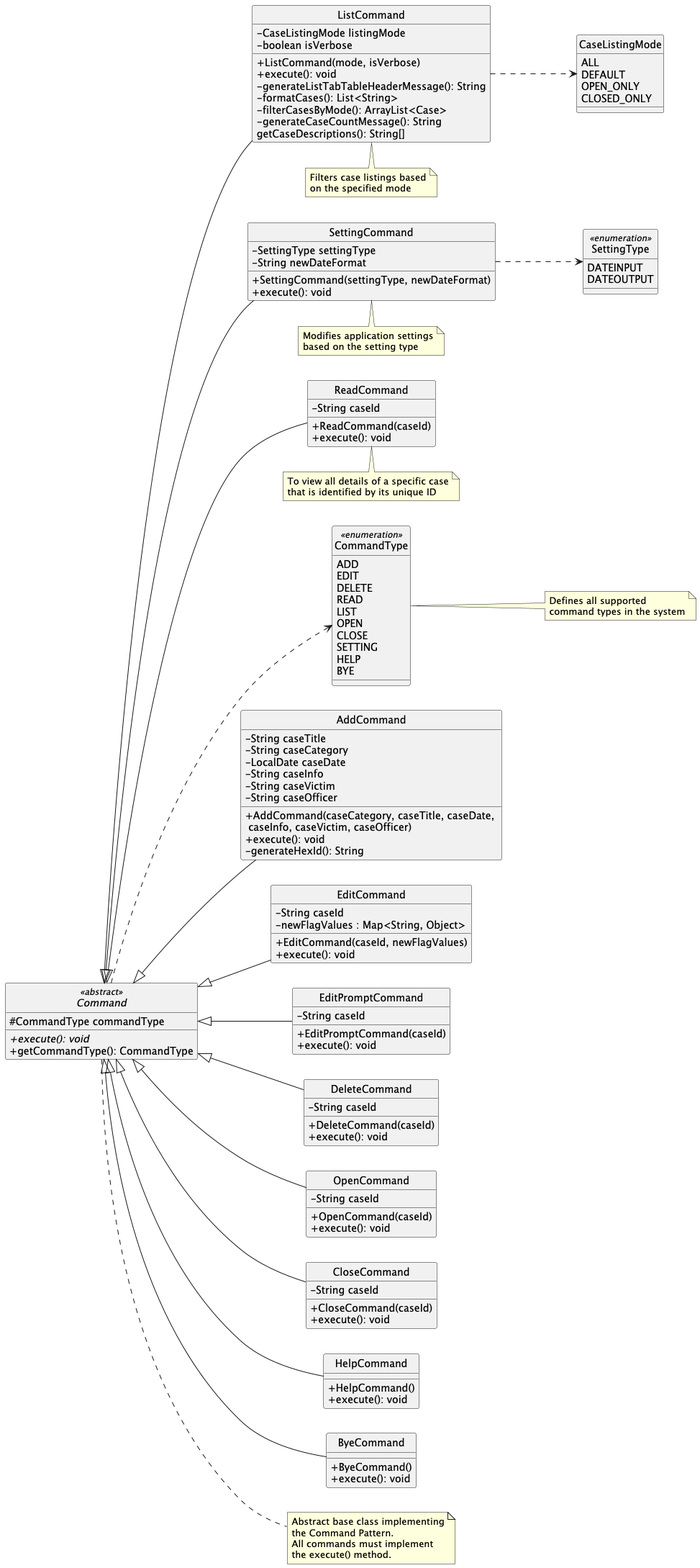
zhengjie2002/tp keeps this PlantUML diagram as docs/images/CommandClassDiagram.png. Above is the earlier version. The source it was exported from:
```plantuml
@startuml CommandClassDiagram
hide circle
skinparam classAttributeIconSize 0
scale max 1024 width
left to right direction

abstract class Command <<abstract>> {
    # CommandType commandType
    + {abstract} execute(): void
    + getCommandType(): CommandType
}

enum CommandType <<enumeration>> {
    ADD
    EDIT
    DELETE
    READ
    LIST
    OPEN
    CLOSE
    SETTING
    HELP
    BYE
}

enum SettingType <<enumeration>> {
    DATEINPUT
    DATEOUTPUT
}

enum CaseListingMode {
    ALL
    DEFAULT
    OPEN_ONLY
    CLOSED_ONLY
}

class AddCommand {

    - String caseTitle
    - String caseCategory
    - LocalDate caseDate
    - String caseInfo
    - String caseVictim
    - String caseOfficer
    + AddCommand(caseCategory, caseTitle, caseDate, \n caseInfo, caseVictim, caseOfficer)
    + execute(): void
    - generateHexId(): String
}

class EditCommand {
    - String caseId
    - newFlagValues : Map<String, Object>
    + EditCommand(caseId, newFlagValues)
    + execute(): void
}

class EditPromptCommand {
    - String caseId
    + EditPromptCommand(caseId)
    + execute(): void
}

class DeleteCommand {
    - String caseId
    + DeleteCommand(caseId)
    + execute(): void
}

class ReadCommand {
    - String caseId
    + ReadCommand(caseId)
    + execute(): void
}

class ListCommand {
    - CaseListingMode listingMode
    - boolean isVerbose
    + ListCommand(mode, isVerbose)
    + execute(): void
    - generateListTabTableHeaderMessage(): String
    - formatCases(): List<String>
    - filterCasesByMode(): ArrayList<Case>
    - generateCaseCountMessage(): String
    getCaseDescriptions(): String[]
}

class OpenCommand {
    - String caseId
    + OpenCommand(caseId)
    + execute(): void
}

class CloseCommand {
    - String caseId
    + CloseCommand(caseId)
    + execute(): void
}

class SettingCommand {
    - SettingType settingType
    - String newDateFormat
    + SettingCommand(settingType, newDateFormat)
    + execute(): void
}

class HelpCommand {
    + HelpCommand()
    + execute(): void
}

class ByeCommand {
    + ByeCommand()
    + execute(): void
}

Command <|-- AddCommand
Command <|-- EditCommand
Command <|-- EditPromptCommand
Command <|-- DeleteCommand
Command <|-- ReadCommand
Command <|-- ListCommand
Command <|-- OpenCommand
Command <|-- CloseCommand
Command <|-- SettingCommand
Command <|-- HelpCommand
Command <|-- ByeCommand

Command ..> CommandType
SettingCommand ..> SettingType
ListCommand ..> CaseListingMode

note right of Command
    Abstract base class implementing
    the Command Pattern.
    All commands must implement
    the execute() method.
end note

note right of CommandType
    Defines all supported
    command types in the system
end note

note bottom of ListCommand
    Filters case listings based
    on the specified mode
end note

note bottom of SettingCommand
    Modifies application settings
    based on the setting type
end note

note bottom of ReadCommand
    To view all details of a specific case
    that is identified by its unique ID
end note


@enduml
```
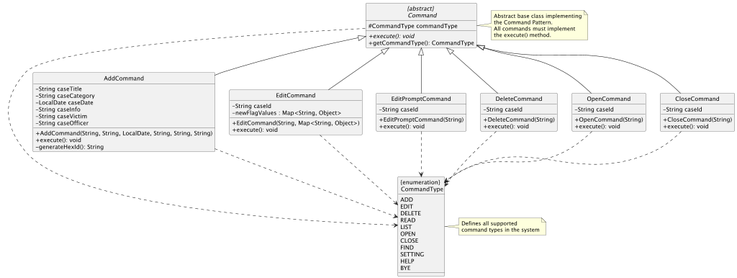
After the commit.

What changed in the source:
```diff
@@ -2,15 +2,14 @@
 hide circle
 skinparam classAttributeIconSize 0
 scale max 1024 width
-left to right direction
 
-abstract class Command <<abstract>> {
+abstract class "{abstract} \n Command" {
     # CommandType commandType
     + {abstract} execute(): void
     + getCommandType(): CommandType
 }
 
-enum CommandType <<enumeration>> {
+enum "{enumeration} \n CommandType"  {
     ADD
     EDIT
     DELETE
@@ -18,32 +17,21 @@
     LIST
     OPEN
     CLOSE
+    FIND
     SETTING
     HELP
     BYE
 }
 
-enum SettingType <<enumeration>> {
-    DATEINPUT
-    DATEOUTPUT
-}
-
-enum CaseListingMode {
-    ALL
-    DEFAULT
-    OPEN_ONLY
-    CLOSED_ONLY
-}
 
 class AddCommand {
-
     - String caseTitle
     - String caseCategory
     - LocalDate caseDate
     - String caseInfo
     - String caseVictim
     - String caseOfficer
-    + AddCommand(caseCategory, caseTitle, caseDate, \n caseInfo, caseVictim, caseOfficer)
+    + AddCommand(String, String, LocalDate, String, String, String)
     + execute(): void
     - generateHexId(): String
 }
@@ -51,111 +39,65 @@
 class EditCommand {
     - String caseId
     - newFlagValues : Map<String, Object>
-    + EditCommand(caseId, newFlagValues)
+    + EditCommand(String, Map<String, Object>)
     + execute(): void
 }
 
 class EditPromptCommand {
     - String caseId
-    + EditPromptCommand(caseId)
+    + EditPromptCommand(String)
     + execute(): void
 }
 
 class DeleteCommand {
     - String caseId
-    + DeleteCommand(caseId)
+    + DeleteCommand(String)
     + execute(): void
 }
 
-class ReadCommand {
-    - String caseId
-    + ReadCommand(caseId)
-    + execute(): void
-}
-
-class ListCommand {
-    - CaseListingMode listingMode
-    - boolean isVerbose
-    + ListCommand(mode, isVerbose)
-    + execute(): void
-    - generateListTabTableHeaderMessage(): String
-    - formatCases(): List<String>
-    - filterCasesByMode(): ArrayList<Case>
-    - generateCaseCountMessage(): String
-    getCaseDescriptions(): String[]
-}
 
 class OpenCommand {
     - String caseId
-    + OpenCommand(caseId)
+    + OpenCommand(String)
     + execute(): void
 }
 
 class CloseCommand {
     - String caseId
-    + CloseCommand(caseId)
+    + CloseCommand(String)
     + execute(): void
 }
 
-class SettingCommand {
-    - SettingType settingType
-    - String newDateFormat
-    + SettingCommand(settingType, newDateFormat)
-    + execute(): void
-}
 
-class HelpCommand {
-    + HelpCommand()
-    + execute(): void
-}
 
-class ByeCommand {
-    + ByeCommand()
-    + execute(): void
-}
+"{abstract} \n Command" <|-- AddCommand
+"{abstract} \n Command" <|-- EditCommand
+"{abstract} \n Command" <|-- EditPromptCommand
+"{abstract} \n Command" <|-- DeleteCommand
+"{abstract} \n Command" <|-- OpenCommand
+"{abstract} \n Command" <|-- CloseCommand
 
-Command <|-- AddCommand
-Command <|-- EditCommand
-Command <|-- EditPromptCommand
-Command <|-- DeleteCommand
-Command <|-- ReadCommand
-Command <|-- ListCommand
-Command <|-- OpenCommand
-Command <|-- CloseCommand
-Command <|-- SettingCommand
-Command <|-- HelpCommand
-Command <|-- ByeCommand
+"{abstract} \n Command" ..> "{enumeration} \n CommandType"
+AddCommand ..> "{enumeration} \n CommandType"
+EditCommand ..> "{enumeration} \n CommandType"
+EditPromptCommand ..> "{enumeration} \n CommandType"
+DeleteCommand ..> "{enumeration} \n CommandType"
+OpenCommand ..> "{enumeration} \n CommandType"
+CloseCommand ..> "{enumeration} \n CommandType"
 
-Command ..> CommandType
-SettingCommand ..> SettingType
-ListCommand ..> CaseListingMode
-
-note right of Command
+note right of "{abstract} \n Command"
     Abstract base class implementing
     the Command Pattern.
     All commands must implement
     the execute() method.
 end note
 
-note right of CommandType
+note right of "{enumeration} \n CommandType"
     Defines all supported
     command types in the system
 end note
 
-note bottom of ListCommand
-    Filters case listings based
-    on the specified mode
-end note
 
-note bottom of SettingCommand
-    Modifies application settings
-    based on the setting type
-end note
-
-note bottom of ReadCommand
-    To view all details of a specific case
-    that is identified by its unique ID
-end note
 
 
 @enduml
```
